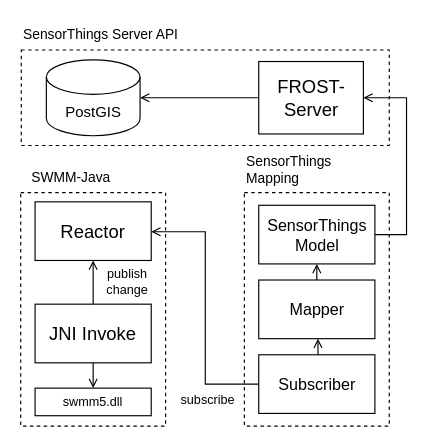
Before: page "系统结构" (5 of 6) of docs/diagram/模型图.dio in hubu-mdzhang/swmm-sensorthings, a draw.io diagram. Source tidied: cells renumbered, new cells numbered last; positions are measured from the earlier drawing's top-left corner, leaving out a move shared by most shapes. Both pictures are drawn from the tidied source at 115%, with x=0, y=0 at pixel (20, 20).
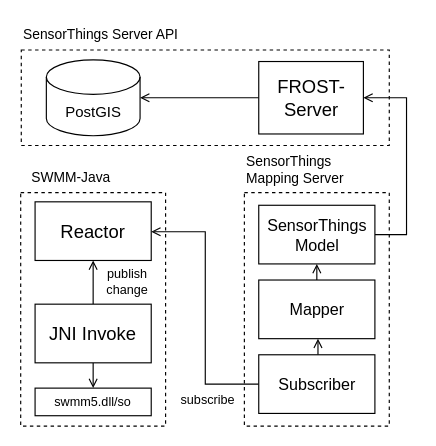
Above is the later version.

The edit, as a diff of the source:
```diff
@@
-    <mxCell id="20" value="swmm5.dll" style="rounded=0;whiteSpace=wrap;html=1;fontFamily=Helvetica;fontSize=11;fontColor=default;labelBackgroundColor=default;" parent="1" vertex="1">
+    <mxCell id="20" value="swmm5.dll/so" style="rounded=0;whiteSpace=wrap;html=1;fontFamily=Helvetica;fontSize=11;fontColor=default;labelBackgroundColor=default;" parent="1" vertex="1">
       <mxGeometry x="13" y="320" width="101" height="24" as="geometry" />
     </mxCell>
@@
-    <mxCell id="22" value="SensorThings&lt;div&gt;Mapping&lt;/div&gt;" style="text;html=1;align=left;verticalAlign=middle;strokeColor=none;fillColor=none;" parent="1" vertex="1">
-      <mxGeometry x="195" y="109" width="92" height="41" as="geometry" />
+    <mxCell id="22" value="SensorThings&lt;div&gt;Mapping Server&lt;/div&gt;" style="text;html=1;align=left;verticalAlign=middle;strokeColor=none;fillColor=none;" parent="1" vertex="1">
+      <mxGeometry x="195" y="109" width="103" height="41" as="geometry" />
     </mxCell>
```
